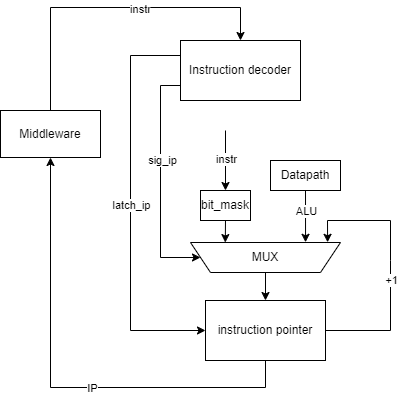
The draw.io diagram images/control_unit.png in Anton-2228/CPU-risc-simulation, before a commit. Source tidied: cells renumbered, new cells last; positions are measured from the earlier drawing's top-left corner, leaving out a move shared by most shapes.
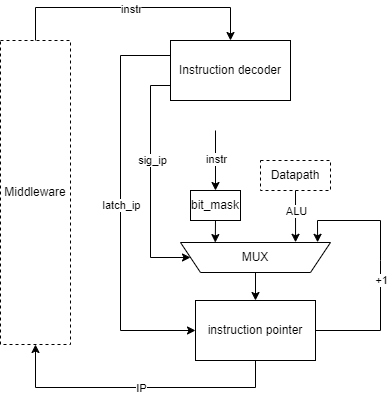
Later version of the same file.

Diff of the diagram source:
```diff
@@ -8,14 +8,14 @@
     <mxCell id="3" style="endArrow=classic;html=1;rounded=0;entryX=0.5;entryY=0;entryDx=0;entryDy=0;exitX=0.5;exitY=0;exitDx=0;exitDy=0;" parent="1" edge="1" source="24" target="2">
       <mxGeometry relative="1" as="geometry">
         <Array as="points">
-          <mxPoint x="50" />
+          <mxPoint x="45" />
           <mxPoint x="240" />
         </Array>
       </mxGeometry>
     </mxCell>
     <mxCell id="4" value="instr" style="edgeLabel;html=1;align=center;verticalAlign=middle;" parent="3" vertex="1">
       <mxGeometry x="-0.15" y="-1" relative="1" as="geometry">
-        <mxPoint x="53" as="offset" />
+        <mxPoint x="17" as="offset" />
       </mxGeometry>
     </mxCell>
     <mxCell id="5" value="instruction pointer" style="rounded=0;whiteSpace=wrap;html=1;" parent="1" vertex="1">
@@ -78,7 +78,7 @@
     <mxCell id="17" value="ALU" style="edgeLabel;html=1;align=center;verticalAlign=middle;" parent="16" vertex="1">
       <mxGeometry x="-0.19" relative="1" as="geometry" />
     </mxCell>
-    <mxCell id="18" value="Datapath" style="rounded=0;whiteSpace=wrap;html=1;" parent="1" vertex="1">
+    <mxCell id="18" value="Datapath" style="rounded=0;whiteSpace=wrap;html=1;fillColor=none;dashed=1;" parent="1" vertex="1">
       <mxGeometry x="270" y="153" width="70" height="30" as="geometry" />
     </mxCell>
     <mxCell id="19" value="bit_mask" style="rounded=0;whiteSpace=wrap;html=1;" parent="1" vertex="1">
@@ -98,15 +98,17 @@
       <mxGeometry relative="1" as="geometry">
         <Array as="points">
           <mxPoint x="265" y="380" />
-          <mxPoint x="50" y="380" />
+          <mxPoint x="45" y="380" />
         </Array>
       </mxGeometry>
     </mxCell>
     <mxCell id="23" value="IP" style="edgeLabel;html=1;align=center;verticalAlign=middle;" parent="22" vertex="1">
-      <mxGeometry x="-0.15" relative="1" as="geometry" />
+      <mxGeometry x="-0.15" relative="1" as="geometry">
+        <mxPoint x="-18" as="offset" />
+      </mxGeometry>
     </mxCell>
-    <mxCell id="24" value="Middleware" style="rounded=0;whiteSpace=wrap;html=1;" parent="1" vertex="1">
-      <mxGeometry y="103" width="100" height="47" as="geometry" />
+    <mxCell id="24" value="Middleware" style="rounded=0;whiteSpace=wrap;html=1;fillColor=none;dashed=1;" parent="1" vertex="1">
+      <mxGeometry x="10" y="33" width="70" height="304" as="geometry" />
     </mxCell>
   </root>
 </mxGraphModel>
```
